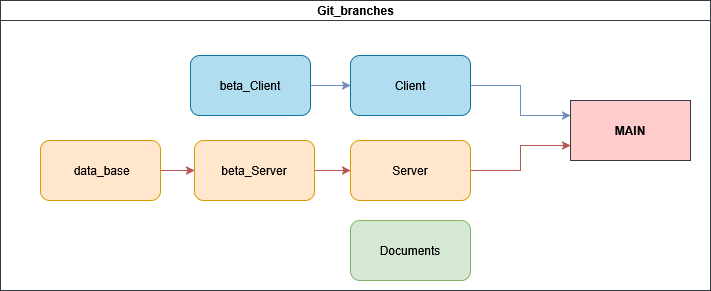
Before: git_branches.png, a diagram exported from draw.io (dimaan49/-TaMP-IBVJD). Source tidied: cells renumbered, new cells last; positions are measured from the earlier drawing's top-left corner, leaving out a move shared by most shapes.
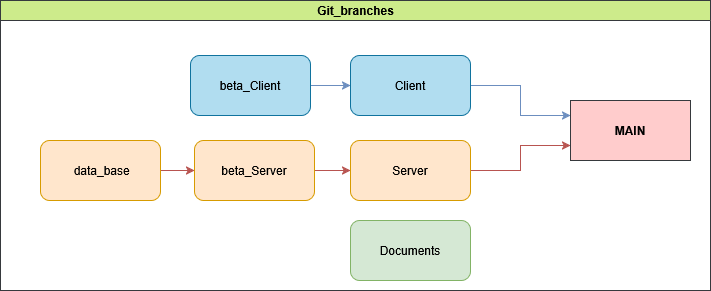
After the change.

What changed in the source:
```diff
@@ -2,7 +2,7 @@
   <root>
     <mxCell id="0" />
     <mxCell id="1" parent="0" />
-    <mxCell id="2" value="Git_branches" style="swimlane;html=1;startSize=20;horizontal=1;containerType=tree;glass=0;fillColor=#FFFFFF;strokeColor=#36393d;" parent="1" vertex="1">
+    <mxCell id="2" value="Git_branches" style="swimlane;html=1;startSize=20;horizontal=1;containerType=tree;glass=0;fillColor=#cdeb8b;strokeColor=#36393d;" parent="1" vertex="1">
       <mxGeometry width="710" height="290" as="geometry" />
     </mxCell>
     <mxCell id="3" value="&lt;b&gt;MAIN&lt;/b&gt;" style="rounded=0;whiteSpace=wrap;html=1;fillColor=#ffcccc;strokeColor=#36393d;" parent="2" vertex="1">
```
